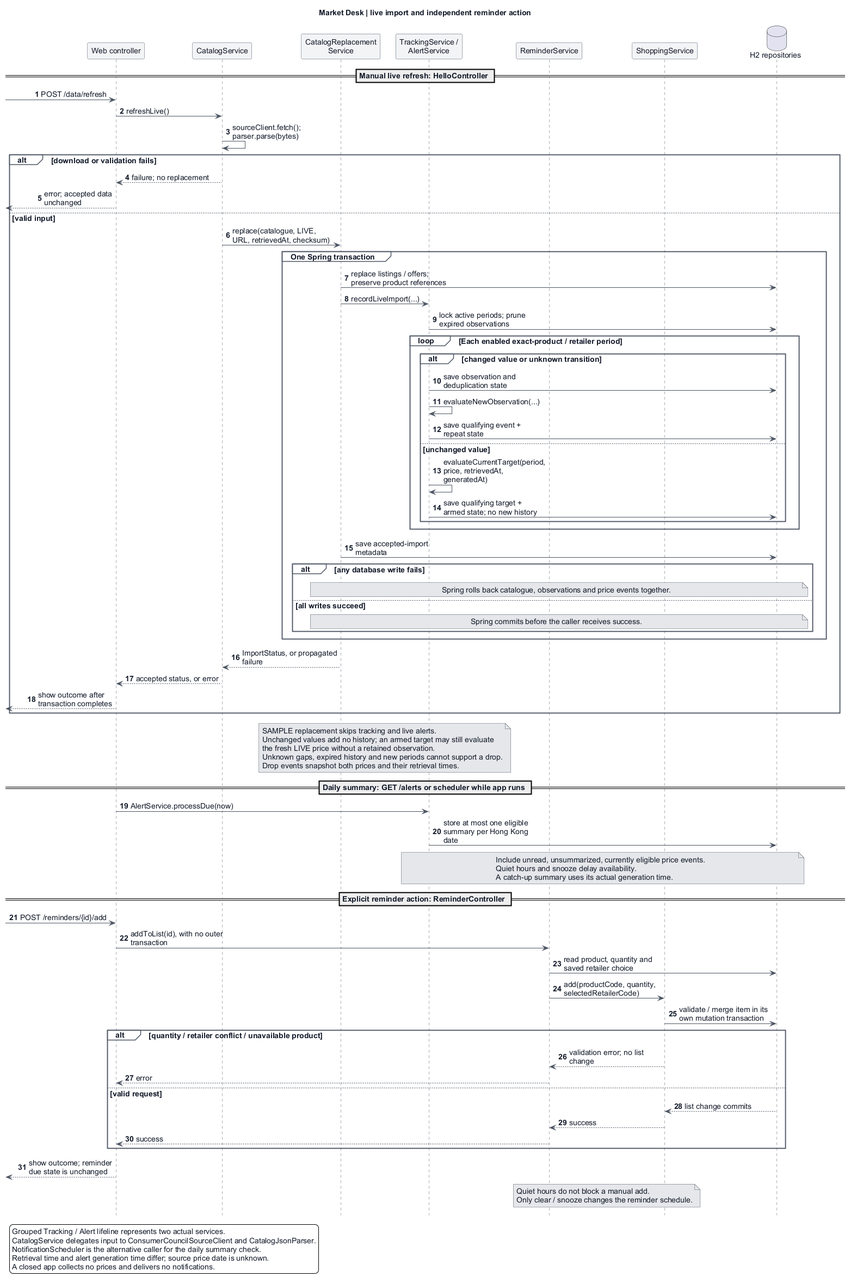
This is docs/diagrams/j05-j08/sequence.png from LamHeiKit230208993/CS3383-Project, a PlantUML export, as it was before one commit.
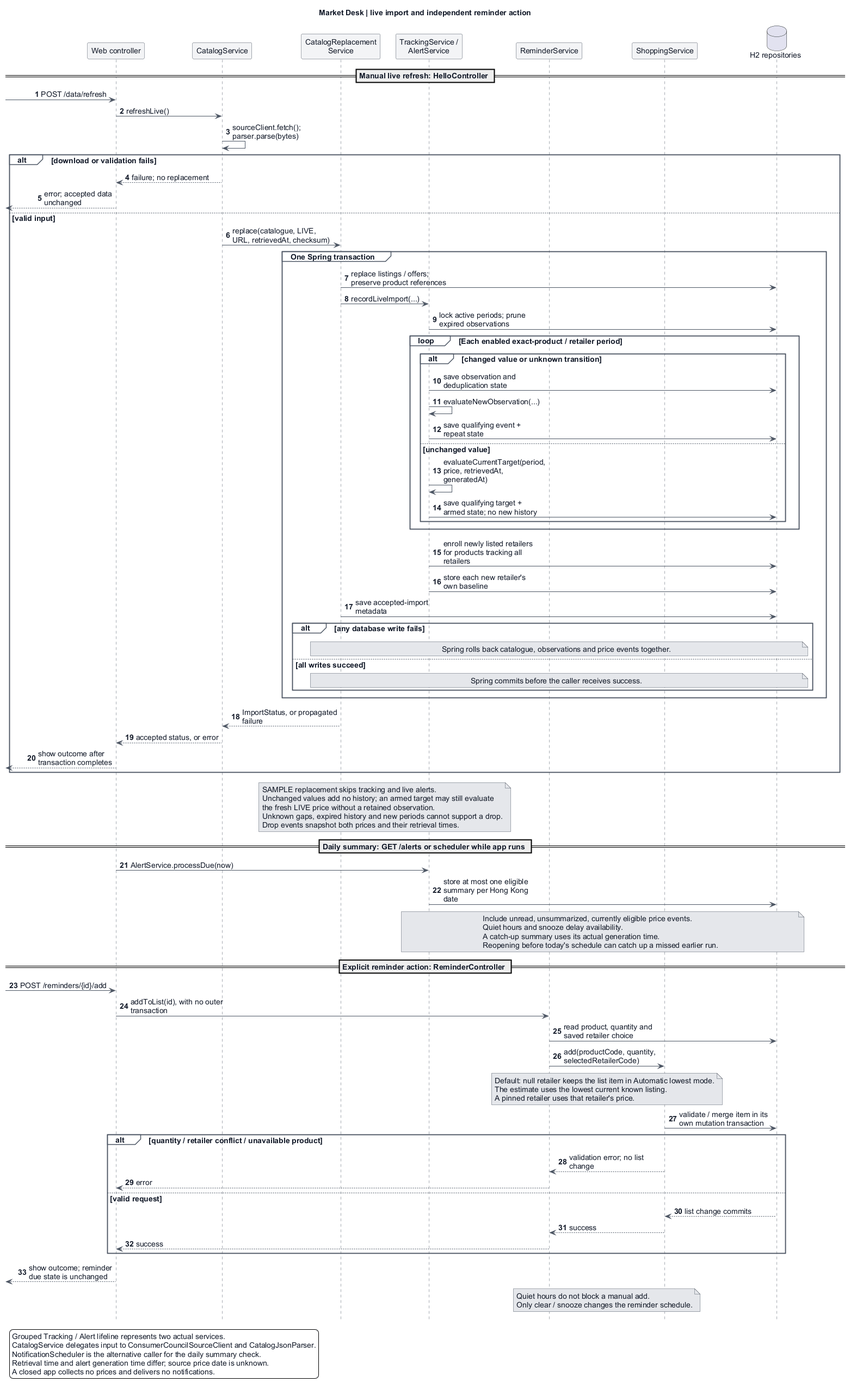
After the commit.

The edit, as a diff of the source:
```diff
@@ -48,6 +48,8 @@
         Tracking -> DB: save qualifying target + armed state; no new history
       end
     end
+    Tracking -> DB: enroll newly listed retailers for products tracking all retailers
+    Tracking -> DB: store each new retailer's own baseline
     Replace -> DB: save accepted-import metadata
     alt any database write fails
       note over Replace,DB
@@ -76,6 +78,7 @@
   Include unread, unsummarized, currently eligible price events.
   Quiet hours and snooze delay availability.
   A catch-up summary uses its actual generation time.
+  Reopening before today's schedule can catch up a missed earlier run.
 end note
 
 == Explicit reminder action: ReminderController ==
@@ -83,6 +86,11 @@
 Web -> Reminder: addToList(id), with no outer transaction
 Reminder -> DB: read product, quantity and saved retailer choice
 Reminder -> Shopping: add(productCode, quantity, selectedRetailerCode)
+note over Reminder,Shopping
+  Default: null retailer keeps the list item in Automatic lowest mode.
+  The estimate uses the lowest current known listing.
+  A pinned retailer uses that retailer's price.
+end note
 Shopping -> DB: validate / merge item in its own mutation transaction
 alt quantity / retailer conflict / unavailable product
   Shopping --> Reminder: validation error; no list change
```
